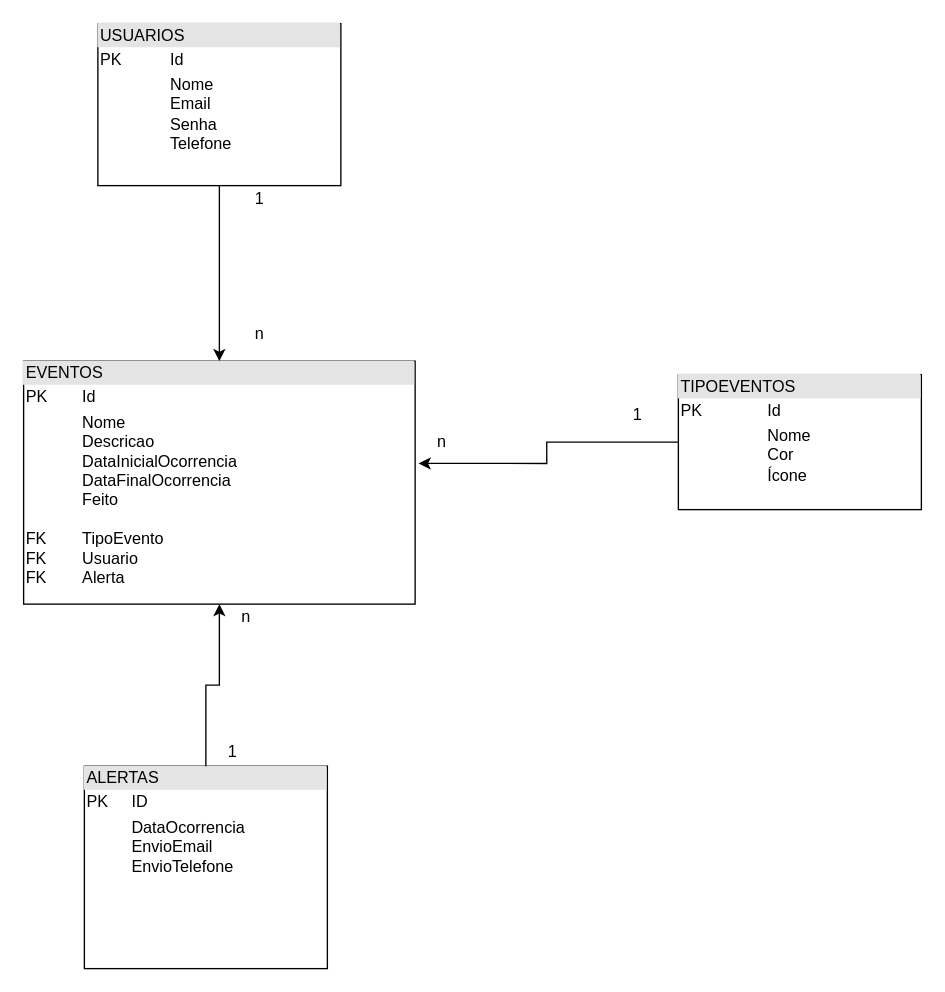
Earlier version of the draw.io diagram Agenda DER.drawio (Antonio-Zago/AgendaDotnetMVC). Source tidied: cells renumbered, new cells numbered last; positions are measured from the earlier drawing's top-left corner, leaving out a move shared by most shapes. Both pictures are drawn from the tidied source at 135%, with x=0, y=0 at pixel (23, 23).
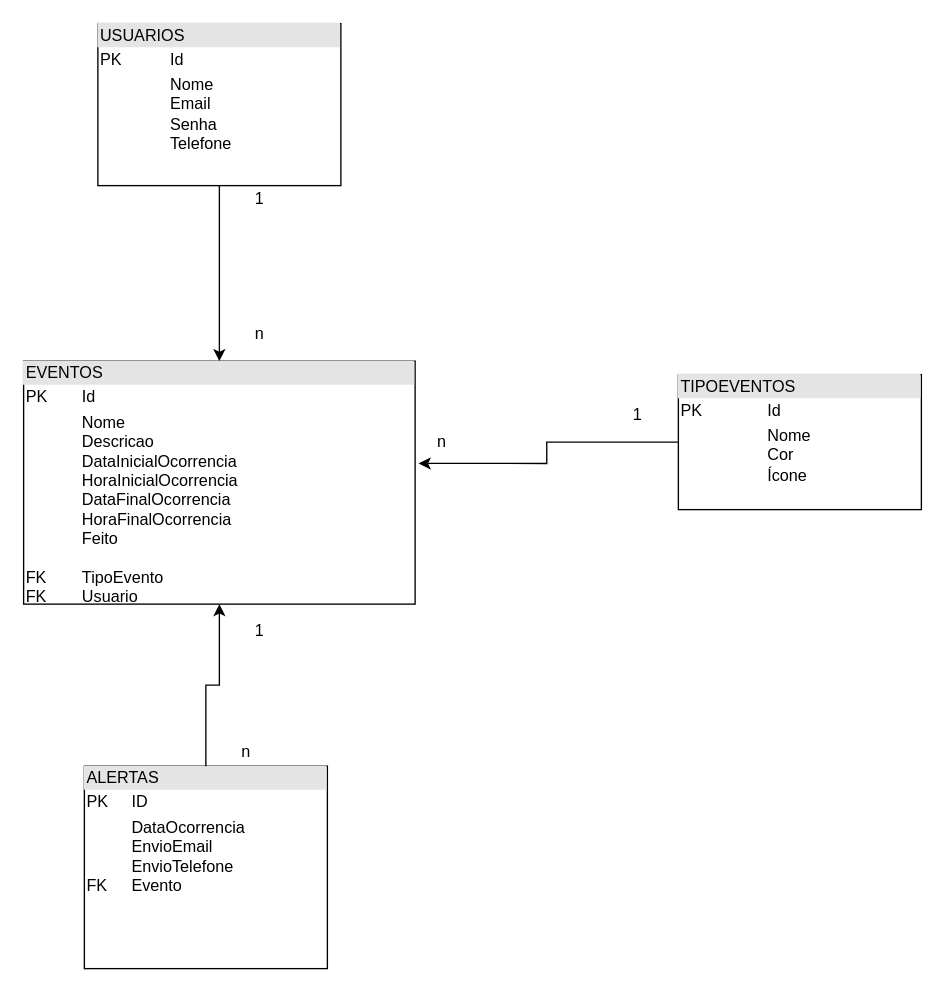
Above is the later version.

Commit message (it also covers changes not shown here):
Atualização DER

The edit, as a diff of the source:
```diff
@@
 <mxGraphModel>
   <root>
     <mxCell id="0" />
     <mxCell id="1" parent="0" />
-    <mxCell id="2" value="&lt;div style=&quot;box-sizing: border-box ; width: 100% ; background: #e4e4e4 ; padding: 2px&quot;&gt;EVENTOS&lt;/div&gt;&lt;table style=&quot;width: 100% ; font-size: 1em&quot; cellpadding=&quot;2&quot; cellspacing=&quot;0&quot;&gt;&lt;tbody&gt;&lt;tr&gt;&lt;td&gt;PK&lt;/td&gt;&lt;td&gt;Id&lt;/td&gt;&lt;/tr&gt;&lt;tr&gt;&lt;td&gt;&lt;br&gt;&lt;br&gt;&lt;br&gt;&lt;br&gt;FK&lt;br&gt;FK&lt;br&gt;FK&lt;/td&gt;&lt;td&gt;Nome&lt;br&gt;Descricao&lt;br&gt;DataInicialOcorrencia&lt;br&gt;DataFinalOcorrencia&lt;br&gt;Feito&lt;br&gt;&lt;br&gt;TipoEvento&lt;br&gt;Usuario&lt;br&gt;Alerta&lt;br&gt;&lt;br&gt;&lt;br&gt;&lt;/td&gt;&lt;/tr&gt;&lt;tr&gt;&lt;td&gt;&lt;/td&gt;&lt;td&gt;&lt;br&gt;&lt;br&gt;&lt;br&gt;&lt;br&gt;&lt;br&gt;&lt;/td&gt;&lt;/tr&gt;&lt;/tbody&gt;&lt;/table&gt;" style="verticalAlign=top;align=left;overflow=fill;html=1;" parent="1" vertex="1">
+    <mxCell id="2" value="&lt;div style=&quot;box-sizing: border-box ; width: 100% ; background: #e4e4e4 ; padding: 2px&quot;&gt;EVENTOS&lt;/div&gt;&lt;table style=&quot;width: 100% ; font-size: 1em&quot; cellpadding=&quot;2&quot; cellspacing=&quot;0&quot;&gt;&lt;tbody&gt;&lt;tr&gt;&lt;td&gt;PK&lt;/td&gt;&lt;td&gt;Id&lt;/td&gt;&lt;/tr&gt;&lt;tr&gt;&lt;td&gt;&lt;br&gt;&lt;br&gt;&lt;br&gt;&lt;br&gt;&lt;br&gt;&lt;br&gt;FK&lt;br&gt;FK&lt;br&gt;&lt;br&gt;&lt;/td&gt;&lt;td&gt;Nome&lt;br&gt;Descricao&lt;br&gt;DataInicialOcorrencia&lt;br&gt;HoraInicialOcorrencia&lt;br&gt;DataFinalOcorrencia&lt;br&gt;HoraFinalOcorrencia&lt;br&gt;Feito&lt;br&gt;&lt;br&gt;TipoEvento&lt;br&gt;Usuario&lt;br&gt;&lt;br&gt;&lt;br&gt;&lt;br&gt;&lt;/td&gt;&lt;/tr&gt;&lt;tr&gt;&lt;td&gt;&lt;/td&gt;&lt;td&gt;&lt;br&gt;&lt;br&gt;&lt;br&gt;&lt;br&gt;&lt;br&gt;&lt;/td&gt;&lt;/tr&gt;&lt;/tbody&gt;&lt;/table&gt;" style="verticalAlign=top;align=left;overflow=fill;html=1;" parent="1" vertex="1">
       <mxGeometry y="250" width="290" height="180" as="geometry" />
     </mxCell>
     <mxCell id="3" value="&lt;div style=&quot;box-sizing: border-box ; width: 100% ; background: #e4e4e4 ; padding: 2px&quot;&gt;TIPOEVENTOS&lt;/div&gt;&lt;table style=&quot;width: 100% ; font-size: 1em&quot; cellpadding=&quot;2&quot; cellspacing=&quot;0&quot;&gt;&lt;tbody&gt;&lt;tr&gt;&lt;td&gt;PK&lt;/td&gt;&lt;td&gt;Id&lt;/td&gt;&lt;/tr&gt;&lt;tr&gt;&lt;td&gt;&lt;br&gt;&lt;/td&gt;&lt;td&gt;Nome&lt;br&gt;Cor&lt;br&gt;Ícone&lt;/td&gt;&lt;/tr&gt;&lt;/tbody&gt;&lt;/table&gt;" style="verticalAlign=top;align=left;overflow=fill;html=1;" parent="1" vertex="1">
       <mxGeometry x="485" y="260" width="180" height="100" as="geometry" />
     </mxCell>
     <mxCell id="4" style="edgeStyle=orthogonalEdgeStyle;rounded=0;jettySize=auto;html=1;entryX=0.5;entryY=0;entryDx=0;entryDy=0;" parent="1" edge="1" source="5" target="2">
       <mxGeometry relative="1" as="geometry" />
     </mxCell>
     <mxCell id="5" value="&lt;div style=&quot;box-sizing: border-box ; width: 100% ; background: #e4e4e4 ; padding: 2px&quot;&gt;USUARIOS&lt;/div&gt;&lt;table style=&quot;width: 100% ; font-size: 1em&quot; cellpadding=&quot;2&quot; cellspacing=&quot;0&quot;&gt;&lt;tbody&gt;&lt;tr&gt;&lt;td&gt;PK&lt;/td&gt;&lt;td&gt;Id&lt;/td&gt;&lt;/tr&gt;&lt;tr&gt;&lt;td&gt;&lt;br&gt;&lt;/td&gt;&lt;td&gt;Nome&lt;br&gt;Email&lt;br&gt;Senha&lt;br&gt;Telefone&lt;/td&gt;&lt;/tr&gt;&lt;/tbody&gt;&lt;/table&gt;" style="verticalAlign=top;align=left;overflow=fill;html=1;" parent="1" vertex="1">
       <mxGeometry x="55" width="180" height="120" as="geometry" />
     </mxCell>
-    <mxCell id="6" value="&lt;div style=&quot;box-sizing: border-box ; width: 100% ; background: #e4e4e4 ; padding: 2px&quot;&gt;ALERTAS&lt;/div&gt;&lt;table style=&quot;width: 100% ; font-size: 1em&quot; cellpadding=&quot;2&quot; cellspacing=&quot;0&quot;&gt;&lt;tbody&gt;&lt;tr&gt;&lt;td&gt;PK&lt;/td&gt;&lt;td&gt;ID&lt;/td&gt;&lt;/tr&gt;&lt;tr&gt;&lt;td&gt;&lt;br&gt;&lt;/td&gt;&lt;td&gt;DataOcorrencia&lt;br&gt;EnvioEmail&lt;br&gt;EnvioTelefone&lt;br&gt;&lt;br&gt;&lt;/td&gt;&lt;/tr&gt;&lt;/tbody&gt;&lt;/table&gt;" style="verticalAlign=top;align=left;overflow=fill;html=1;" parent="1" vertex="1">
+    <mxCell id="6" value="&lt;div style=&quot;box-sizing: border-box ; width: 100% ; background: #e4e4e4 ; padding: 2px&quot;&gt;ALERTAS&lt;/div&gt;&lt;table style=&quot;width: 100% ; font-size: 1em&quot; cellpadding=&quot;2&quot; cellspacing=&quot;0&quot;&gt;&lt;tbody&gt;&lt;tr&gt;&lt;td&gt;PK&lt;/td&gt;&lt;td&gt;ID&lt;/td&gt;&lt;/tr&gt;&lt;tr&gt;&lt;td&gt;&lt;br&gt;&lt;br&gt;FK&lt;/td&gt;&lt;td&gt;DataOcorrencia&lt;br&gt;EnvioEmail&lt;br&gt;EnvioTelefone&lt;br&gt;Evento&lt;br&gt;&lt;br&gt;&lt;/td&gt;&lt;/tr&gt;&lt;/tbody&gt;&lt;/table&gt;" style="verticalAlign=top;align=left;overflow=fill;html=1;" parent="1" vertex="1">
       <mxGeometry x="45" y="550" width="180" height="150" as="geometry" />
     </mxCell>
     <mxCell id="7" value="1" style="text;html=1;strokeColor=none;fillColor=none;align=center;verticalAlign=middle;whiteSpace=wrap;rounded=0;" parent="1" vertex="1">
       <mxGeometry x="155" y="120" width="40" height="20" as="geometry" />
     </mxCell>
     <mxCell id="8" value="n" style="text;html=1;strokeColor=none;fillColor=none;align=center;verticalAlign=middle;whiteSpace=wrap;rounded=0;" parent="1" vertex="1">
       <mxGeometry x="155" y="220" width="40" height="20" as="geometry" />
     </mxCell>
     <mxCell id="9" style="edgeStyle=orthogonalEdgeStyle;rounded=0;jettySize=auto;html=1;entryX=1.009;entryY=0.421;entryDx=0;entryDy=0;exitX=0;exitY=0.5;exitDx=0;exitDy=0;entryPerimeter=0;" parent="1" edge="1" source="3" target="2">
       <mxGeometry relative="1" as="geometry" />
     </mxCell>
     <mxCell id="10" value="1" style="text;html=1;strokeColor=none;fillColor=none;align=center;verticalAlign=middle;whiteSpace=wrap;rounded=0;" parent="1" vertex="1">
       <mxGeometry x="435" y="280" width="40" height="20" as="geometry" />
     </mxCell>
     <mxCell id="11" value="n" style="text;html=1;strokeColor=none;fillColor=none;align=center;verticalAlign=middle;whiteSpace=wrap;rounded=0;" parent="1" vertex="1">
       <mxGeometry x="290" y="300" width="40" height="20" as="geometry" />
     </mxCell>
     <mxCell id="12" style="edgeStyle=orthogonalEdgeStyle;rounded=0;jettySize=auto;html=1;entryX=0.5;entryY=1;entryDx=0;entryDy=0;exitX=0.5;exitY=0;exitDx=0;exitDy=0;" parent="1" edge="1" source="6" target="2">
       <mxGeometry relative="1" as="geometry" />
     </mxCell>
     <mxCell id="13" value="1" style="text;html=1;strokeColor=none;fillColor=none;align=center;verticalAlign=middle;whiteSpace=wrap;rounded=0;" parent="1" vertex="1">
-      <mxGeometry x="135" y="530" width="40" height="20" as="geometry" />
+      <mxGeometry x="155" y="440" width="40" height="20" as="geometry" />
     </mxCell>
     <mxCell id="14" value="n" style="text;html=1;strokeColor=none;fillColor=none;align=center;verticalAlign=middle;whiteSpace=wrap;rounded=0;" parent="1" vertex="1">
-      <mxGeometry x="145" y="430" width="40" height="20" as="geometry" />
+      <mxGeometry x="145" y="530" width="40" height="20" as="geometry" />
     </mxCell>
   </root>
 </mxGraphModel>
```
